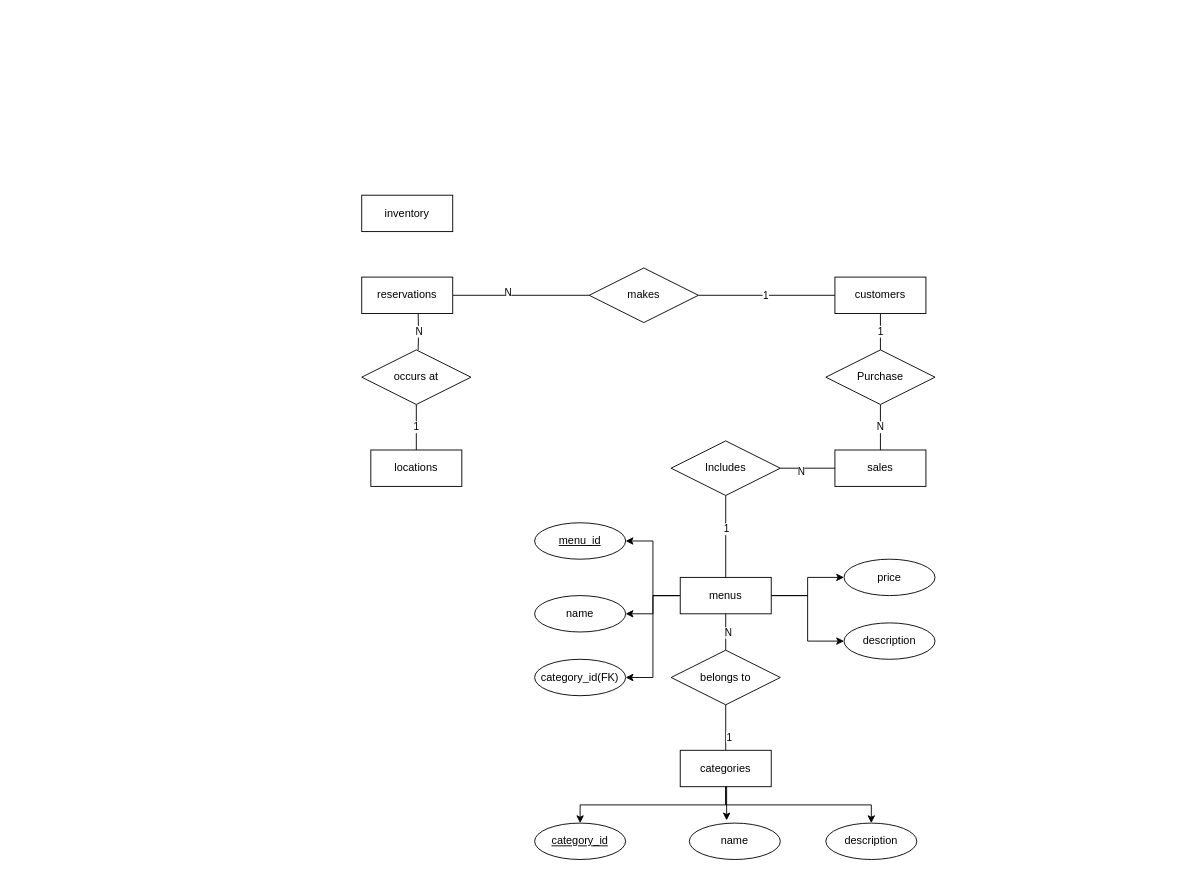
This is erDiagram.drawio from youbrajrai/youbrajrai, a draw.io file, before an edit. Source tidied: cells renumbered, new cells numbered last; positions are measured from the earlier drawing's top-left corner, leaving out a move shared by most shapes. Both pictures are drawn from the tidied source at 91%, with x=0, y=0 at pixel (361, 195).
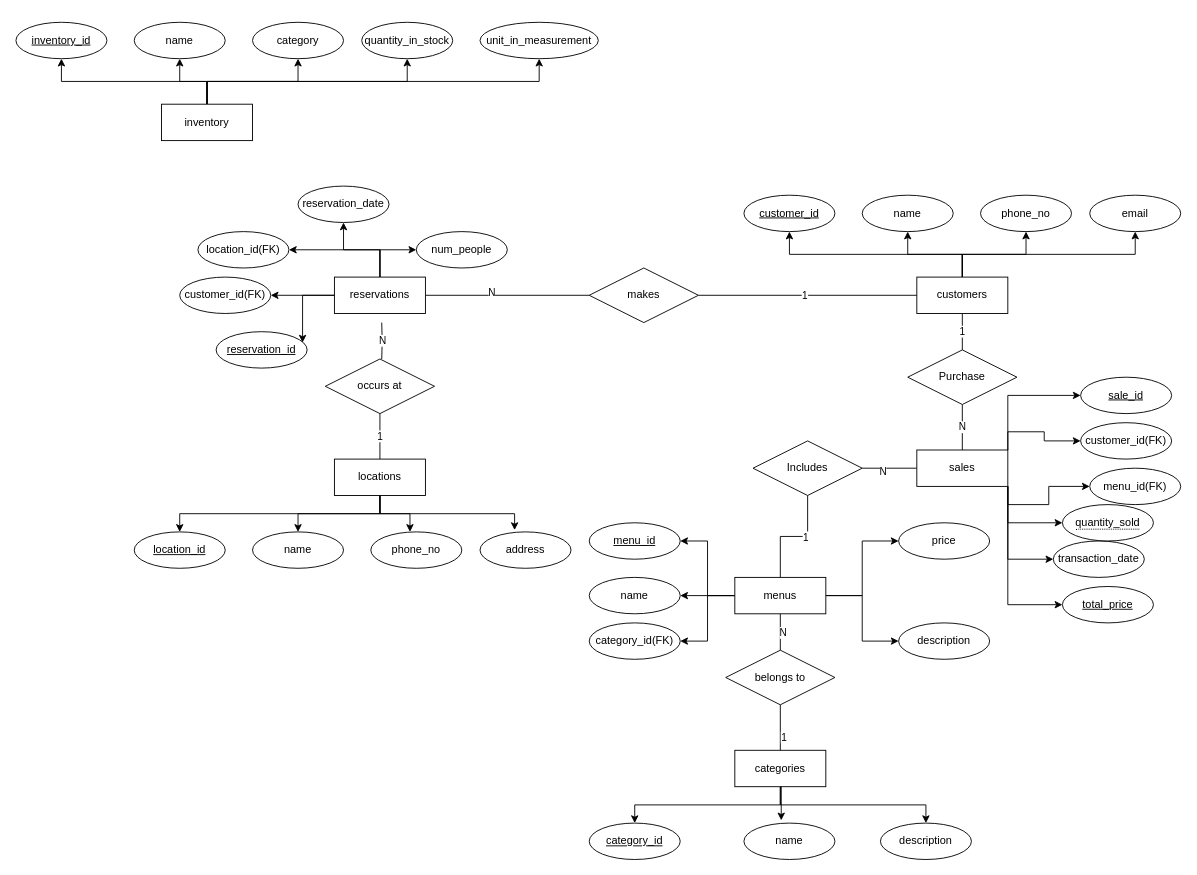
After the change.

Diff of the diagram source:
```diff
@@
+    <mxCell id="48" style="edgeStyle=orthogonalEdgeStyle;rounded=0;jettySize=auto;html=1;exitX=0.5;exitY=0;exitDx=0;exitDy=0;" parent="1" edge="1" source="3" target="78">
+      <mxGeometry relative="1" as="geometry" />
+    </mxCell>
+    <mxCell id="49" style="edgeStyle=orthogonalEdgeStyle;rounded=0;jettySize=auto;html=1;exitX=0.5;exitY=0;exitDx=0;exitDy=0;entryX=0.5;entryY=1;entryDx=0;entryDy=0;" parent="1" edge="1" source="3" target="80">
+      <mxGeometry relative="1" as="geometry" />
+    </mxCell>
+    <mxCell id="50" style="edgeStyle=orthogonalEdgeStyle;rounded=0;jettySize=auto;html=1;exitX=0.5;exitY=0;exitDx=0;exitDy=0;entryX=0.5;entryY=1;entryDx=0;entryDy=0;" parent="1" edge="1" source="3" target="77">
+      <mxGeometry relative="1" as="geometry" />
+    </mxCell>
+    <mxCell id="51" style="edgeStyle=orthogonalEdgeStyle;rounded=0;jettySize=auto;html=1;exitX=0.5;exitY=0;exitDx=0;exitDy=0;entryX=0.5;entryY=1;entryDx=0;entryDy=0;" parent="1" edge="1" source="3" target="79">
+      <mxGeometry relative="1" as="geometry" />
+    </mxCell>
     <mxCell id="3" value="customers" style="whiteSpace=wrap;html=1;align=center;" parent="1" vertex="1">
-      <mxGeometry x="520" y="90" width="100" height="40" as="geometry" />
+      <mxGeometry x="610" y="90" width="100" height="40" as="geometry" />
     </mxCell>
@@
     <mxCell id="6" style="edgeStyle=orthogonalEdgeStyle;rounded=0;jettySize=auto;html=1;exitX=0.5;exitY=1;exitDx=0;exitDy=0;entryX=0.5;entryY=0;entryDx=0;entryDy=0;" parent="1" edge="1" target="39">
       <mxGeometry relative="1" as="geometry">
-        <mxPoint x="410" y="710" as="sourcePoint" />
+        <mxPoint x="470" y="710" as="sourcePoint" />
       </mxGeometry>
     </mxCell>
@@
     <mxCell id="9" value="categories" style="whiteSpace=wrap;html=1;align=center;" parent="1" vertex="1">
-      <mxGeometry x="350" y="610" width="100" height="40" as="geometry" />
+      <mxGeometry x="410" y="610" width="100" height="40" as="geometry" />
     </mxCell>
@@
+    <mxCell id="52" style="edgeStyle=orthogonalEdgeStyle;rounded=0;jettySize=auto;html=1;exitX=0.5;exitY=1;exitDx=0;exitDy=0;entryX=0.5;entryY=0;entryDx=0;entryDy=0;" parent="1" edge="1" source="11" target="71">
+      <mxGeometry relative="1" as="geometry" />
+    </mxCell>
+    <mxCell id="53" style="edgeStyle=orthogonalEdgeStyle;rounded=0;jettySize=auto;html=1;exitX=0.5;exitY=1;exitDx=0;exitDy=0;entryX=0.5;entryY=0;entryDx=0;entryDy=0;" parent="1" edge="1" source="11" target="75">
+      <mxGeometry relative="1" as="geometry" />
+    </mxCell>
     <mxCell id="11" value="locations" style="whiteSpace=wrap;html=1;align=center;" parent="1" vertex="1">
-      <mxGeometry x="10" y="280" width="100" height="40" as="geometry" />
+      <mxGeometry x="-30" y="290" width="100" height="40" as="geometry" />
     </mxCell>
+    <mxCell id="54" style="edgeStyle=orthogonalEdgeStyle;rounded=0;jettySize=auto;html=1;exitX=0.5;exitY=0;exitDx=0;exitDy=0;entryX=0.5;entryY=1;entryDx=0;entryDy=0;" parent="1" edge="1" source="12" target="98">
+      <mxGeometry relative="1" as="geometry" />
+    </mxCell>
+    <mxCell id="55" style="edgeStyle=orthogonalEdgeStyle;rounded=0;jettySize=auto;html=1;exitX=0.5;exitY=0;exitDx=0;exitDy=0;entryX=0.5;entryY=1;entryDx=0;entryDy=0;" parent="1" edge="1" source="12" target="96">
+      <mxGeometry relative="1" as="geometry" />
+    </mxCell>
+    <mxCell id="56" style="edgeStyle=orthogonalEdgeStyle;rounded=0;jettySize=auto;html=1;exitX=0.5;exitY=0;exitDx=0;exitDy=0;entryX=0.5;entryY=1;entryDx=0;entryDy=0;" parent="1" edge="1" source="12" target="95">
+      <mxGeometry relative="1" as="geometry" />
+    </mxCell>
+    <mxCell id="57" style="edgeStyle=orthogonalEdgeStyle;rounded=0;jettySize=auto;html=1;exitX=0.5;exitY=0;exitDx=0;exitDy=0;entryX=0.5;entryY=1;entryDx=0;entryDy=0;" parent="1" edge="1" source="12" target="97">
+      <mxGeometry relative="1" as="geometry" />
+    </mxCell>
+    <mxCell id="58" style="edgeStyle=orthogonalEdgeStyle;rounded=0;jettySize=auto;html=1;exitX=0.5;exitY=0;exitDx=0;exitDy=0;entryX=0.5;entryY=1;entryDx=0;entryDy=0;" parent="1" edge="1" source="12" target="99">
+      <mxGeometry relative="1" as="geometry" />
+    </mxCell>
     <mxCell id="12" value="inventory" style="whiteSpace=wrap;html=1;align=center;" parent="1" vertex="1">
-      <mxGeometry width="100" height="40" as="geometry" />
+      <mxGeometry x="-220" y="-100" width="100" height="40" as="geometry" />
     </mxCell>
@@
     <mxCell id="22" value="menus" style="whiteSpace=wrap;html=1;align=center;" parent="1" vertex="1">
-      <mxGeometry x="350" y="420" width="100" height="40" as="geometry" />
+      <mxGeometry x="410" y="420" width="100" height="40" as="geometry" />
     </mxCell>
@@
+    <mxCell id="59" style="edgeStyle=orthogonalEdgeStyle;rounded=0;jettySize=auto;html=1;exitX=0.5;exitY=0;exitDx=0;exitDy=0;entryX=0.5;entryY=1;entryDx=0;entryDy=0;" parent="1" edge="1" source="25" target="84">
+      <mxGeometry relative="1" as="geometry" />
+    </mxCell>
+    <mxCell id="60" style="edgeStyle=orthogonalEdgeStyle;rounded=0;jettySize=auto;html=1;exitX=0.5;exitY=0;exitDx=0;exitDy=0;entryX=0;entryY=0.5;entryDx=0;entryDy=0;" parent="1" edge="1" source="25" target="86">
+      <mxGeometry relative="1" as="geometry" />
+    </mxCell>
+    <mxCell id="61" style="edgeStyle=orthogonalEdgeStyle;rounded=0;jettySize=auto;html=1;exitX=0.5;exitY=0;exitDx=0;exitDy=0;entryX=1;entryY=0.5;entryDx=0;entryDy=0;" parent="1" edge="1" source="25" target="82">
+      <mxGeometry relative="1" as="geometry" />
+    </mxCell>
+    <mxCell id="62" style="edgeStyle=orthogonalEdgeStyle;rounded=0;jettySize=auto;html=1;exitX=0;exitY=0.5;exitDx=0;exitDy=0;entryX=1;entryY=0.5;entryDx=0;entryDy=0;" parent="1" edge="1" source="25" target="85">
+      <mxGeometry relative="1" as="geometry" />
+    </mxCell>
     <mxCell id="25" value="reservations" style="whiteSpace=wrap;html=1;align=center;" parent="1" vertex="1">
-      <mxGeometry y="90" width="100" height="40" as="geometry" />
+      <mxGeometry x="-30" y="90" width="100" height="40" as="geometry" />
     </mxCell>
@@
+    <mxCell id="63" style="edgeStyle=orthogonalEdgeStyle;rounded=0;jettySize=auto;html=1;exitX=1;exitY=1;exitDx=0;exitDy=0;entryX=0;entryY=0.5;entryDx=0;entryDy=0;" parent="1" edge="1" source="28" target="93">
+      <mxGeometry relative="1" as="geometry" />
+    </mxCell>
+    <mxCell id="64" style="edgeStyle=orthogonalEdgeStyle;rounded=0;jettySize=auto;html=1;exitX=1;exitY=0;exitDx=0;exitDy=0;entryX=0;entryY=0.5;entryDx=0;entryDy=0;" parent="1" edge="1" source="28" target="89">
+      <mxGeometry relative="1" as="geometry" />
+    </mxCell>
+    <mxCell id="65" style="edgeStyle=orthogonalEdgeStyle;rounded=0;jettySize=auto;html=1;exitX=1;exitY=0;exitDx=0;exitDy=0;entryX=0;entryY=0.5;entryDx=0;entryDy=0;" parent="1" edge="1" source="28" target="91">
+      <mxGeometry relative="1" as="geometry" />
+    </mxCell>
+    <mxCell id="66" style="edgeStyle=orthogonalEdgeStyle;rounded=0;jettySize=auto;html=1;exitX=1;exitY=1;exitDx=0;exitDy=0;entryX=0;entryY=0.5;entryDx=0;entryDy=0;" parent="1" edge="1" source="28" target="90">
+      <mxGeometry relative="1" as="geometry" />
+    </mxCell>
+    <mxCell id="67" style="edgeStyle=orthogonalEdgeStyle;rounded=0;jettySize=auto;html=1;exitX=1;exitY=1;exitDx=0;exitDy=0;entryX=0;entryY=0.5;entryDx=0;entryDy=0;" parent="1" edge="1" source="28" target="92">
+      <mxGeometry relative="1" as="geometry" />
+    </mxCell>
+    <mxCell id="68" style="edgeStyle=orthogonalEdgeStyle;rounded=0;jettySize=auto;html=1;exitX=1;exitY=1;exitDx=0;exitDy=0;entryX=0;entryY=0.5;entryDx=0;entryDy=0;" parent="1" edge="1" source="28" target="88">
+      <mxGeometry relative="1" as="geometry" />
+    </mxCell>
     <mxCell id="28" value="sales" style="whiteSpace=wrap;html=1;align=center;" parent="1" vertex="1">
-      <mxGeometry x="520" y="280" width="100" height="40" as="geometry" />
+      <mxGeometry x="610" y="280" width="100" height="40" as="geometry" />
     </mxCell>
     <mxCell id="29" value="belongs to" style="shape=rhombus;perimeter=rhombusPerimeter;whiteSpace=wrap;html=1;align=center;" parent="1" vertex="1">
-      <mxGeometry x="340" y="500" width="120" height="60" as="geometry" />
+      <mxGeometry x="400" y="500" width="120" height="60" as="geometry" />
     </mxCell>
@@
     <mxCell id="33" value="occurs at" style="shape=rhombus;perimeter=rhombusPerimeter;whiteSpace=wrap;html=1;align=center;" parent="1" vertex="1">
-      <mxGeometry y="170" width="120" height="60" as="geometry" />
+      <mxGeometry x="-40" y="180" width="120" height="60" as="geometry" />
     </mxCell>
     <mxCell id="34" style="edgeStyle=orthogonalEdgeStyle;rounded=0;orthogonalLoop=1;jettySize=auto;html=1;exitX=0.5;exitY=0;exitDx=0;exitDy=0;entryX=0.6;entryY=1;entryDx=0;entryDy=0;entryPerimeter=0;endArrow=none;endFill=0;" parent="1" edge="1">
       <mxGeometry relative="1" as="geometry">
-        <mxPoint x="62" y="170" as="sourcePoint" />
-        <mxPoint x="62" y="130" as="targetPoint" />
+        <mxPoint x="22" y="180" as="sourcePoint" />
+        <mxPoint x="22" y="140" as="targetPoint" />
       </mxGeometry>
     </mxCell>
@@
     <mxCell id="37" value="Purchase" style="shape=rhombus;perimeter=rhombusPerimeter;whiteSpace=wrap;html=1;align=center;" parent="1" vertex="1">
-      <mxGeometry x="510" y="170" width="120" height="60" as="geometry" />
+      <mxGeometry x="600" y="170" width="120" height="60" as="geometry" />
     </mxCell>
     <mxCell id="38" value="Includes" style="shape=rhombus;perimeter=rhombusPerimeter;whiteSpace=wrap;html=1;align=center;" parent="1" vertex="1">
-      <mxGeometry x="340" y="270" width="120" height="60" as="geometry" />
+      <mxGeometry x="430" y="270" width="120" height="60" as="geometry" />
     </mxCell>
     <mxCell id="39" value="name" style="ellipse;whiteSpace=wrap;html=1;align=center;" parent="1" vertex="1">
-      <mxGeometry x="360" y="690" width="100" height="40" as="geometry" />
+      <mxGeometry x="420" y="690" width="100" height="40" as="geometry" />
     </mxCell>
     <mxCell id="40" value="category_id" style="ellipse;whiteSpace=wrap;html=1;align=center;fontStyle=4;" parent="1" vertex="1">
-      <mxGeometry x="190" y="690" width="100" height="40" as="geometry" />
+      <mxGeometry x="250" y="690" width="100" height="40" as="geometry" />
     </mxCell>
     <mxCell id="41" value="description" style="ellipse;whiteSpace=wrap;html=1;align=center;" parent="1" vertex="1">
-      <mxGeometry x="510" y="690" width="100" height="40" as="geometry" />
+      <mxGeometry x="570" y="690" width="100" height="40" as="geometry" />
     </mxCell>
     <mxCell id="42" value="name" style="ellipse;whiteSpace=wrap;html=1;align=center;" parent="1" vertex="1">
-      <mxGeometry x="190" y="440" width="100" height="40" as="geometry" />
+      <mxGeometry x="250" y="420" width="100" height="40" as="geometry" />
     </mxCell>
     <mxCell id="43" value="menu_id" style="ellipse;whiteSpace=wrap;html=1;align=center;fontStyle=4;" parent="1" vertex="1">
-      <mxGeometry x="190" y="360" width="100" height="40" as="geometry" />
+      <mxGeometry x="250" y="360" width="100" height="40" as="geometry" />
     </mxCell>
     <mxCell id="44" value="description" style="ellipse;whiteSpace=wrap;html=1;align=center;" parent="1" vertex="1">
-      <mxGeometry x="530" y="470" width="100" height="40" as="geometry" />
+      <mxGeometry x="590" y="470" width="100" height="40" as="geometry" />
     </mxCell>
     <mxCell id="45" value="price" style="ellipse;whiteSpace=wrap;html=1;align=center;" parent="1" vertex="1">
-      <mxGeometry x="530" y="400" width="100" height="40" as="geometry" />
+      <mxGeometry x="590" y="360" width="100" height="40" as="geometry" />
     </mxCell>
     <mxCell id="46" value="category_id(FK)" style="ellipse;whiteSpace=wrap;html=1;align=center;" parent="1" vertex="1">
-      <mxGeometry x="190" y="510" width="100" height="40" as="geometry" />
+      <mxGeometry x="250" y="470" width="100" height="40" as="geometry" />
     </mxCell>
@@
+    <mxCell id="69" style="edgeStyle=orthogonalEdgeStyle;rounded=0;jettySize=auto;html=1;exitX=0.5;exitY=1;exitDx=0;exitDy=0;entryX=0.5;entryY=0;entryDx=0;entryDy=0;" parent="1" edge="1" target="70">
+      <mxGeometry relative="1" as="geometry">
+        <mxPoint x="30" y="380" as="sourcePoint" />
+      </mxGeometry>
+    </mxCell>
+    <mxCell id="70" value="phone_no" style="ellipse;whiteSpace=wrap;html=1;align=center;" parent="1" vertex="1">
+      <mxGeometry x="10" y="370" width="100" height="40" as="geometry" />
+    </mxCell>
+    <mxCell id="71" value="location_id" style="ellipse;whiteSpace=wrap;html=1;align=center;fontStyle=4;" parent="1" vertex="1">
+      <mxGeometry x="-250" y="370" width="100" height="40" as="geometry" />
+    </mxCell>
+    <mxCell id="72" value="address" style="ellipse;whiteSpace=wrap;html=1;align=center;" parent="1" vertex="1">
+      <mxGeometry x="130" y="370" width="100" height="40" as="geometry" />
+    </mxCell>
+    <mxCell id="73" style="edgeStyle=orthogonalEdgeStyle;rounded=0;jettySize=auto;html=1;exitX=0.5;exitY=1;exitDx=0;exitDy=0;entryX=0.43;entryY=0;entryDx=0;entryDy=0;entryPerimeter=0;" parent="1" edge="1" source="11" target="70">
+      <mxGeometry relative="1" as="geometry" />
+    </mxCell>
+    <mxCell id="74" style="edgeStyle=orthogonalEdgeStyle;rounded=0;jettySize=auto;html=1;exitX=0.5;exitY=1;exitDx=0;exitDy=0;entryX=0.38;entryY=-0.05;entryDx=0;entryDy=0;entryPerimeter=0;" parent="1" edge="1" source="11" target="72">
+      <mxGeometry relative="1" as="geometry" />
+    </mxCell>
+    <mxCell id="75" value="name" style="ellipse;whiteSpace=wrap;html=1;align=center;" parent="1" vertex="1">
+      <mxGeometry x="-120" y="370" width="100" height="40" as="geometry" />
+    </mxCell>
+    <mxCell id="76" style="edgeStyle=orthogonalEdgeStyle;rounded=0;jettySize=auto;html=1;exitX=0.5;exitY=1;exitDx=0;exitDy=0;entryX=0.5;entryY=0;entryDx=0;entryDy=0;" parent="1" edge="1" target="77">
+      <mxGeometry relative="1" as="geometry">
+        <mxPoint x="700" y="10" as="sourcePoint" />
+      </mxGeometry>
+    </mxCell>
+    <mxCell id="77" value="phone_no" style="ellipse;whiteSpace=wrap;html=1;align=center;" parent="1" vertex="1">
+      <mxGeometry x="680" width="100" height="40" as="geometry" />
+    </mxCell>
+    <mxCell id="78" value="customer_id" style="ellipse;whiteSpace=wrap;html=1;align=center;fontStyle=4;" parent="1" vertex="1">
+      <mxGeometry x="420" width="100" height="40" as="geometry" />
+    </mxCell>
+    <mxCell id="79" value="email" style="ellipse;whiteSpace=wrap;html=1;align=center;" parent="1" vertex="1">
+      <mxGeometry x="800" width="100" height="40" as="geometry" />
+    </mxCell>
+    <mxCell id="80" value="name" style="ellipse;whiteSpace=wrap;html=1;align=center;" parent="1" vertex="1">
+      <mxGeometry x="550" width="100" height="40" as="geometry" />
+    </mxCell>
+    <mxCell id="81" style="edgeStyle=orthogonalEdgeStyle;rounded=0;jettySize=auto;html=1;exitX=0.5;exitY=1;exitDx=0;exitDy=0;entryX=0.5;entryY=0;entryDx=0;entryDy=0;" parent="1" edge="1" target="82">
+      <mxGeometry relative="1" as="geometry">
+        <mxPoint x="-100" y="50" as="sourcePoint" />
+      </mxGeometry>
+    </mxCell>
+    <mxCell id="82" value="location_id(FK)" style="ellipse;whiteSpace=wrap;html=1;align=center;" parent="1" vertex="1">
+      <mxGeometry x="-180" y="40" width="100" height="40" as="geometry" />
+    </mxCell>
+    <mxCell id="83" value="reservation_id" style="ellipse;whiteSpace=wrap;html=1;align=center;fontStyle=4;" parent="1" vertex="1">
+      <mxGeometry x="-160" y="150" width="100" height="40" as="geometry" />
+    </mxCell>
+    <mxCell id="84" value="reservation_date" style="ellipse;whiteSpace=wrap;html=1;align=center;" parent="1" vertex="1">
+      <mxGeometry x="-70" y="-10" width="100" height="40" as="geometry" />
+    </mxCell>
+    <mxCell id="85" value="customer_id(FK)" style="ellipse;whiteSpace=wrap;html=1;align=center;" parent="1" vertex="1">
+      <mxGeometry x="-200" y="90" width="100" height="40" as="geometry" />
+    </mxCell>
+    <mxCell id="86" value="num_people" style="ellipse;whiteSpace=wrap;html=1;align=center;" parent="1" vertex="1">
+      <mxGeometry x="60" y="40" width="100" height="40" as="geometry" />
+    </mxCell>
+    <mxCell id="87" style="edgeStyle=orthogonalEdgeStyle;rounded=0;jettySize=auto;html=1;exitX=0;exitY=0.5;exitDx=0;exitDy=0;entryX=0.95;entryY=0.3;entryDx=0;entryDy=0;entryPerimeter=0;" parent="1" edge="1" source="25" target="83">
+      <mxGeometry relative="1" as="geometry" />
+    </mxCell>
+    <mxCell id="88" value="menu_id(FK)" style="ellipse;whiteSpace=wrap;html=1;align=center;" parent="1" vertex="1">
+      <mxGeometry x="800" y="300" width="100" height="40" as="geometry" />
+    </mxCell>
+    <mxCell id="89" value="sale_id" style="ellipse;whiteSpace=wrap;html=1;align=center;fontStyle=4;" parent="1" vertex="1">
+      <mxGeometry x="790" y="200" width="100" height="40" as="geometry" />
+    </mxCell>
+    <mxCell id="90" value="transaction_date" style="ellipse;whiteSpace=wrap;html=1;align=center;" parent="1" vertex="1">
+      <mxGeometry x="760" y="380" width="100" height="40" as="geometry" />
+    </mxCell>
+    <mxCell id="91" value="customer_id(FK)" style="ellipse;whiteSpace=wrap;html=1;align=center;" parent="1" vertex="1">
+      <mxGeometry x="790" y="250" width="100" height="40" as="geometry" />
+    </mxCell>
+    <mxCell id="92" value="&lt;span style=&quot;border-bottom: 1px dotted&quot;&gt;quantity_sold&lt;/span&gt;" style="ellipse;whiteSpace=wrap;html=1;align=center;" parent="1" vertex="1">
+      <mxGeometry x="770" y="340" width="100" height="40" as="geometry" />
+    </mxCell>
+    <mxCell id="93" value="total_price" style="ellipse;whiteSpace=wrap;html=1;align=center;fontStyle=4;" parent="1" vertex="1">
+      <mxGeometry x="770" y="430" width="100" height="40" as="geometry" />
+    </mxCell>
+    <mxCell id="94" style="edgeStyle=orthogonalEdgeStyle;rounded=0;jettySize=auto;html=1;exitX=0.5;exitY=1;exitDx=0;exitDy=0;entryX=0.5;entryY=0;entryDx=0;entryDy=0;" parent="1" edge="1" target="95">
+      <mxGeometry relative="1" as="geometry">
+        <mxPoint x="-100" y="-180" as="sourcePoint" />
+      </mxGeometry>
+    </mxCell>
+    <mxCell id="95" value="category" style="ellipse;whiteSpace=wrap;html=1;align=center;" parent="1" vertex="1">
+      <mxGeometry x="-120" y="-190" width="100" height="40" as="geometry" />
+    </mxCell>
+    <mxCell id="96" value="inventory_id" style="ellipse;whiteSpace=wrap;html=1;align=center;fontStyle=4;" parent="1" vertex="1">
+      <mxGeometry x="-380" y="-190" width="100" height="40" as="geometry" />
+    </mxCell>
+    <mxCell id="97" value="quantity_in_stock" style="ellipse;whiteSpace=wrap;html=1;align=center;" parent="1" vertex="1">
+      <mxGeometry y="-190" width="100" height="40" as="geometry" />
+    </mxCell>
+    <mxCell id="98" value="name" style="ellipse;whiteSpace=wrap;html=1;align=center;" parent="1" vertex="1">
+      <mxGeometry x="-250" y="-190" width="100" height="40" as="geometry" />
+    </mxCell>
+    <mxCell id="99" value="unit_in_measurement" style="ellipse;whiteSpace=wrap;html=1;align=center;" parent="1" vertex="1">
+      <mxGeometry x="130" y="-190" width="130" height="40" as="geometry" />
+    </mxCell>
```
